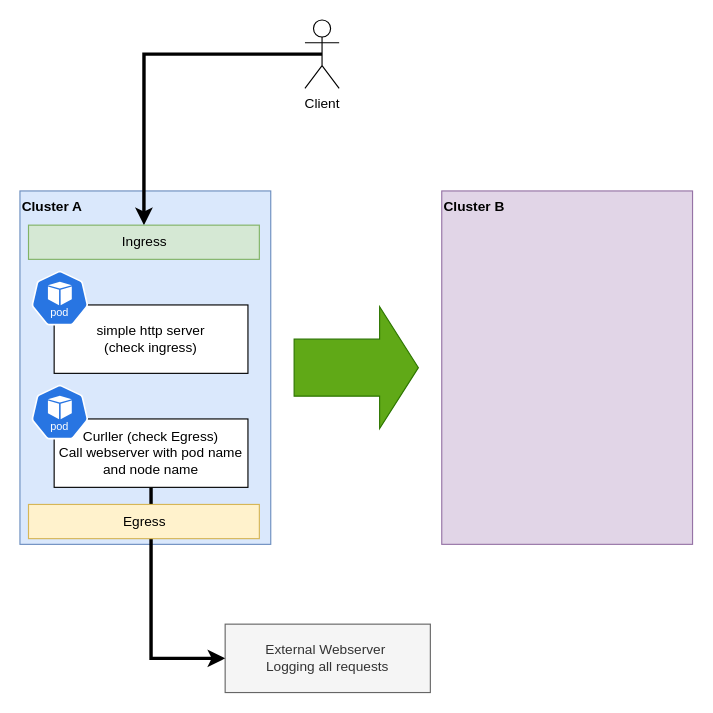
openshift-examples/ingress-egress-cluster-to-clister-demo keeps this draw.io diagram as overview.drawio. Above is the earlier version. Source tidied: cells renumbered, new cells numbered last; positions are measured from the earlier drawing's top-left corner, leaving out a move shared by most shapes. Both pictures are drawn from the tidied source at 114%, with x=0, y=0 at pixel (19, 19).
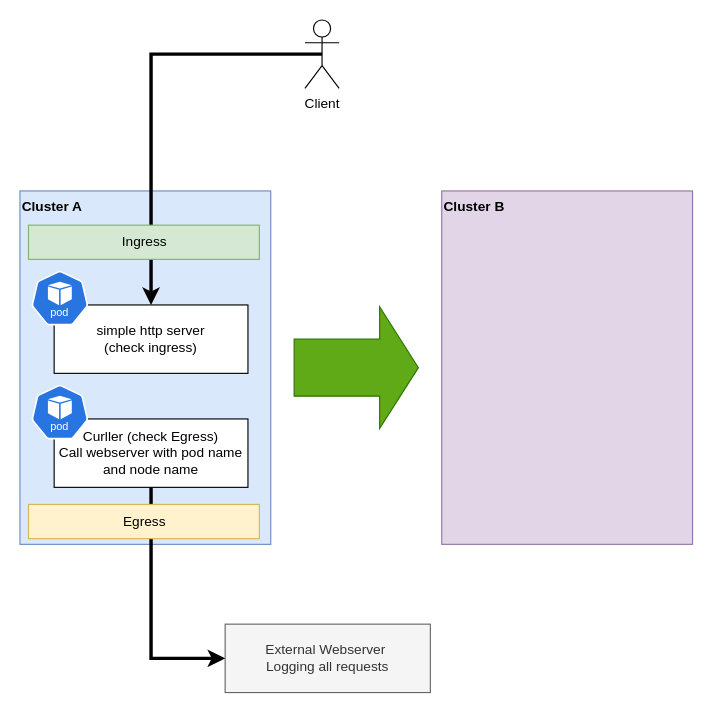
The same page after the edit.

Change to the diagram source:
```diff
@@
 <mxGraphModel>
   <root>
     <mxCell id="0" />
     <mxCell id="1" parent="0" />
     <mxCell id="2" value="Cluster A" style="rounded=0;whiteSpace=wrap;html=1;verticalAlign=top;fontStyle=1;fillColor=#dae8fc;strokeColor=#6c8ebf;align=left;" parent="1" vertex="1">
       <mxGeometry y="150" width="220" height="310" as="geometry" />
     </mxCell>
     <mxCell id="3" value="Cluster B" style="rounded=0;whiteSpace=wrap;html=1;verticalAlign=top;fontStyle=1;fillColor=#e1d5e7;strokeColor=#9673a6;align=left;" parent="1" vertex="1">
       <mxGeometry x="370" y="150" width="220" height="310" as="geometry" />
     </mxCell>
     <mxCell id="4" value="External Webserver&amp;nbsp;&lt;div&gt;Logging all requests&lt;/div&gt;" style="rounded=0;whiteSpace=wrap;html=1;fillColor=#f5f5f5;fontColor=#333333;strokeColor=#666666;" parent="1" vertex="1">
       <mxGeometry x="180" y="530" width="180" height="60" as="geometry" />
     </mxCell>
     <mxCell id="5" style="edgeStyle=orthogonalEdgeStyle;rounded=0;jettySize=auto;html=1;exitX=0.5;exitY=1;exitDx=0;exitDy=0;entryX=0;entryY=0.5;entryDx=0;entryDy=0;strokeWidth=3;" parent="1" edge="1" source="6" target="4">
       <mxGeometry relative="1" as="geometry" />
     </mxCell>
     <mxCell id="6" value="Curller (check Egress)&lt;div&gt;Call webserver with pod name and node name&lt;/div&gt;" style="rounded=0;whiteSpace=wrap;html=1;" parent="1" vertex="1">
       <mxGeometry x="30" y="350" width="170" height="60" as="geometry" />
     </mxCell>
     <mxCell id="7" style="sketch=0;html=1;dashed=0;whitespace=wrap;verticalLabelPosition=bottom;verticalAlign=top;fillColor=#2875E2;strokeColor=#ffffff;shape=mxgraph.kubernetes.icon2;kubernetesLabel=1;prIcon=pod;" parent="1" vertex="1">
       <mxGeometry x="10" y="320" width="50" height="48" as="geometry" />
     </mxCell>
     <mxCell id="8" value="simple http server &lt;br&gt;(check ingress)" style="rounded=0;whiteSpace=wrap;html=1;" parent="1" vertex="1">
       <mxGeometry x="30" y="250" width="170" height="60" as="geometry" />
     </mxCell>
     <mxCell id="9" style="sketch=0;html=1;dashed=0;whitespace=wrap;verticalLabelPosition=bottom;verticalAlign=top;fillColor=#2875E2;strokeColor=#ffffff;shape=mxgraph.kubernetes.icon2;kubernetesLabel=1;prIcon=pod;" parent="1" vertex="1">
       <mxGeometry x="10" y="220" width="50" height="48" as="geometry" />
     </mxCell>
     <mxCell id="10" value="Egress" style="rounded=0;whiteSpace=wrap;html=1;fillColor=#fff2cc;strokeColor=#d6b656;" parent="1" vertex="1">
       <mxGeometry x="7.5" y="425" width="202.5" height="30" as="geometry" />
     </mxCell>
-    <mxCell id="11" style="edgeStyle=orthogonalEdgeStyle;rounded=0;jettySize=auto;html=1;exitX=0.5;exitY=0.5;exitDx=0;exitDy=0;exitPerimeter=0;entryX=0.5;entryY=0;entryDx=0;entryDy=0;fontSize=11;strokeWidth=3;" parent="1" edge="1" source="12" target="13">
+    <mxCell id="11" style="edgeStyle=orthogonalEdgeStyle;rounded=0;jettySize=auto;html=1;exitX=0.5;exitY=0.5;exitDx=0;exitDy=0;exitPerimeter=0;entryX=0.5;entryY=0;entryDx=0;entryDy=0;fontSize=11;strokeWidth=3;" parent="1" edge="1" source="12" target="8">
       <mxGeometry relative="1" as="geometry" />
     </mxCell>
     <mxCell id="12" value="Client" style="shape=umlActor;verticalLabelPosition=bottom;verticalAlign=top;html=1;outlineConnect=0;" parent="1" vertex="1">
       <mxGeometry x="250" width="30" height="60" as="geometry" />
     </mxCell>
     <mxCell id="13" value="Ingress" style="rounded=0;whiteSpace=wrap;html=1;fillColor=#d5e8d4;strokeColor=#82b366;" parent="1" vertex="1">
       <mxGeometry x="7.5" y="180" width="202.5" height="30" as="geometry" />
     </mxCell>
     <mxCell id="14" style="shape=flexArrow;endArrow=classic;html=1;rounded=0;endWidth=56;endSize=11;width=50;fillColor=#60a917;strokeColor=#2D7600;" parent="1" edge="1">
       <mxGeometry relative="1" as="geometry">
         <mxPoint x="240" y="305" as="sourcePoint" />
         <mxPoint x="350" y="305" as="targetPoint" />
       </mxGeometry>
     </mxCell>
   </root>
 </mxGraphModel>
```
